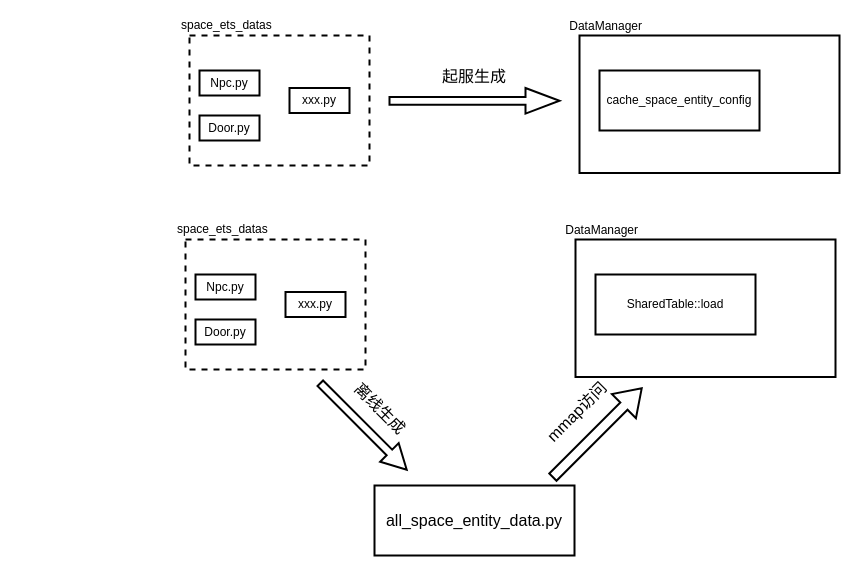
Before: ets_sharedtable.drawio in Jacob0407/Diagram, a draw.io diagram. Source tidied: cells renumbered, new cells numbered last; positions are measured from the earlier drawing's top-left corner, leaving out a move shared by most shapes. Both pictures are drawn from the tidied source at 100%, with x=0, y=0 at pixel (185, 35).
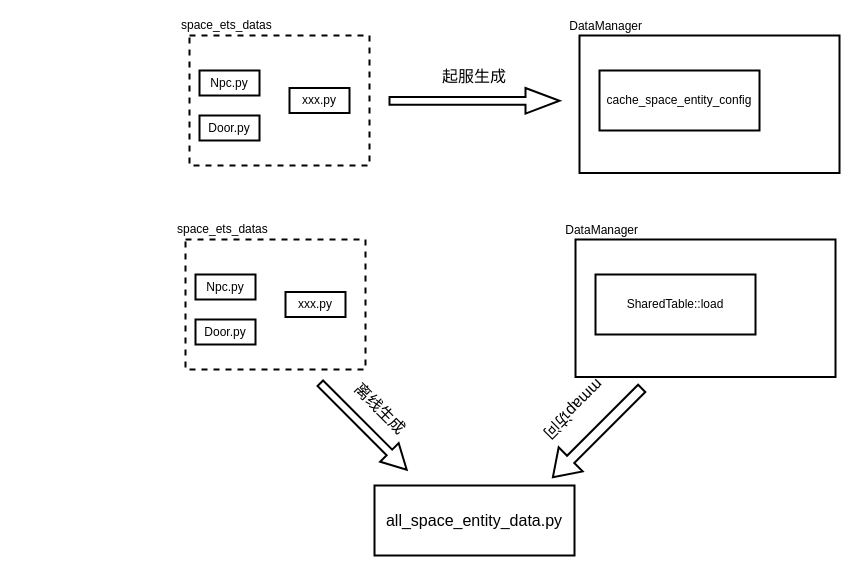
After the change.

Change to the diagram source:
```diff
@@
 <mxGraphModel>
   <root>
     <mxCell id="0" />
     <mxCell id="1" parent="0" />
     <mxCell id="2" value="&lt;blockquote style=&quot;margin: 0 0 0 40px; border: none; padding: 0px;&quot;&gt;&lt;blockquote style=&quot;margin: 0 0 0 40px; border: none; padding: 0px;&quot;&gt;&lt;blockquote style=&quot;margin: 0 0 0 40px; border: none; padding: 0px;&quot;&gt;&lt;blockquote style=&quot;margin: 0 0 0 40px; border: none; padding: 0px;&quot;&gt;&lt;div style=&quot;&quot;&gt;&lt;span style=&quot;&quot;&gt;space_ets_datas&lt;/span&gt;&lt;/div&gt;&lt;/blockquote&gt;&lt;/blockquote&gt;&lt;/blockquote&gt;&lt;/blockquote&gt;" style="rounded=0;whiteSpace=wrap;html=1;align=left;dashed=1;strokeWidth=2;labelPosition=left;verticalLabelPosition=top;verticalAlign=bottom;horizontal=1;fontColor=default;labelBackgroundColor=none;labelBorderColor=none;spacingTop=11;spacingBottom=1;spacingLeft=10;" parent="1" vertex="1">
       <mxGeometry x="4" width="180" height="130" as="geometry" />
     </mxCell>
     <mxCell id="3" value="Npc.py" style="rounded=0;whiteSpace=wrap;html=1;strokeWidth=2;" parent="1" vertex="1">
       <mxGeometry x="14" y="35" width="60" height="25" as="geometry" />
     </mxCell>
     <mxCell id="4" value="Door.py" style="rounded=0;whiteSpace=wrap;html=1;strokeWidth=2;" parent="1" vertex="1">
       <mxGeometry x="14" y="80" width="60" height="25" as="geometry" />
     </mxCell>
     <mxCell id="5" value="xxx.py" style="rounded=0;whiteSpace=wrap;html=1;strokeWidth=2;" parent="1" vertex="1">
       <mxGeometry x="104" y="52.5" width="60" height="25" as="geometry" />
     </mxCell>
     <mxCell id="6" value="DataManager" style="rounded=0;whiteSpace=wrap;html=1;labelBackgroundColor=none;labelBorderColor=none;strokeWidth=2;fontColor=default;align=right;labelPosition=left;verticalLabelPosition=top;verticalAlign=bottom;spacingLeft=10;spacing=2;spacingTop=11;spacingRight=-65;" parent="1" vertex="1">
       <mxGeometry x="394" width="260" height="137.5" as="geometry" />
     </mxCell>
     <mxCell id="7" value="cache_space_entity_config" style="rounded=0;whiteSpace=wrap;html=1;labelBackgroundColor=none;labelBorderColor=none;strokeWidth=2;fontSize=12;fontColor=default;" parent="1" vertex="1">
       <mxGeometry x="414" y="35" width="160" height="60" as="geometry" />
     </mxCell>
     <mxCell id="8" value="起服生成" style="shape=singleArrow;whiteSpace=wrap;html=1;labelBackgroundColor=none;labelBorderColor=none;strokeWidth=2;fontSize=16;fontColor=default;fillStyle=auto;gradientColor=none;verticalAlign=bottom;horizontal=1;labelPosition=center;verticalLabelPosition=top;align=center;" parent="1" vertex="1">
       <mxGeometry x="204" y="52.5" width="170" height="25.6" as="geometry" />
     </mxCell>
     <mxCell id="9" value="&lt;blockquote style=&quot;margin: 0 0 0 40px; border: none; padding: 0px;&quot;&gt;&lt;blockquote style=&quot;margin: 0 0 0 40px; border: none; padding: 0px;&quot;&gt;&lt;blockquote style=&quot;margin: 0 0 0 40px; border: none; padding: 0px;&quot;&gt;&lt;blockquote style=&quot;margin: 0 0 0 40px; border: none; padding: 0px;&quot;&gt;&lt;div style=&quot;&quot;&gt;&lt;span style=&quot;&quot;&gt;space_ets_datas&lt;/span&gt;&lt;/div&gt;&lt;/blockquote&gt;&lt;/blockquote&gt;&lt;/blockquote&gt;&lt;/blockquote&gt;" style="rounded=0;whiteSpace=wrap;html=1;align=left;dashed=1;strokeWidth=2;labelPosition=left;verticalLabelPosition=top;verticalAlign=bottom;horizontal=1;fontColor=default;labelBackgroundColor=none;labelBorderColor=none;spacingTop=11;spacingBottom=1;spacingLeft=10;" parent="1" vertex="1">
       <mxGeometry y="204" width="180" height="130" as="geometry" />
     </mxCell>
     <mxCell id="10" value="Npc.py" style="rounded=0;whiteSpace=wrap;html=1;strokeWidth=2;" parent="1" vertex="1">
       <mxGeometry x="10" y="239" width="60" height="25" as="geometry" />
     </mxCell>
     <mxCell id="11" value="Door.py" style="rounded=0;whiteSpace=wrap;html=1;strokeWidth=2;" parent="1" vertex="1">
       <mxGeometry x="10" y="284" width="60" height="25" as="geometry" />
     </mxCell>
     <mxCell id="12" value="xxx.py" style="rounded=0;whiteSpace=wrap;html=1;strokeWidth=2;" parent="1" vertex="1">
       <mxGeometry x="100" y="256.5" width="60" height="25" as="geometry" />
     </mxCell>
     <mxCell id="13" value="DataManager" style="rounded=0;whiteSpace=wrap;html=1;labelBackgroundColor=none;labelBorderColor=none;strokeWidth=2;fontColor=default;align=right;labelPosition=left;verticalLabelPosition=top;verticalAlign=bottom;spacingLeft=10;spacing=2;spacingTop=11;spacingRight=-65;" parent="1" vertex="1">
       <mxGeometry x="390" y="204" width="260" height="137.5" as="geometry" />
     </mxCell>
     <mxCell id="14" value="SharedTable::load" style="rounded=0;whiteSpace=wrap;html=1;labelBackgroundColor=none;labelBorderColor=none;strokeWidth=2;fontSize=12;fontColor=default;" parent="1" vertex="1">
       <mxGeometry x="410" y="239" width="160" height="60" as="geometry" />
     </mxCell>
     <mxCell id="15" value="all_space_entity_data.py" style="rounded=0;whiteSpace=wrap;html=1;labelBackgroundColor=none;labelBorderColor=none;fillStyle=auto;strokeWidth=2;fontSize=16;fontColor=default;gradientColor=none;" parent="1" vertex="1">
       <mxGeometry x="189" y="450" width="200" height="70" as="geometry" />
     </mxCell>
     <mxCell id="16" value="离线生成" style="shape=singleArrow;whiteSpace=wrap;html=1;labelBackgroundColor=none;labelBorderColor=none;strokeWidth=2;fontSize=16;fontColor=default;fillStyle=auto;gradientColor=none;verticalAlign=bottom;horizontal=1;rotation=45;labelPosition=center;verticalLabelPosition=top;align=center;" parent="1" vertex="1">
       <mxGeometry x="116.9" y="377.9" width="122.2" height="26.2" as="geometry" />
     </mxCell>
-    <mxCell id="17" value="mmap访问" style="shape=singleArrow;whiteSpace=wrap;html=1;labelBackgroundColor=none;labelBorderColor=none;strokeWidth=2;fontSize=16;fontColor=default;fillStyle=auto;gradientColor=none;verticalAlign=bottom;horizontal=1;rotation=-45;labelPosition=center;verticalLabelPosition=top;align=center;" parent="1" vertex="1">
+    <mxCell id="17" value="mmap访问" style="shape=singleArrow;whiteSpace=wrap;html=1;labelBackgroundColor=none;labelBorderColor=none;strokeWidth=2;fontSize=16;fontColor=default;fillStyle=auto;gradientColor=none;verticalAlign=top;horizontal=1;rotation=-225;labelPosition=center;verticalLabelPosition=bottom;align=center;" parent="1" vertex="1">
       <mxGeometry x="349" y="380.3" width="125.6" height="33.9" as="geometry" />
     </mxCell>
   </root>
 </mxGraphModel>
```
